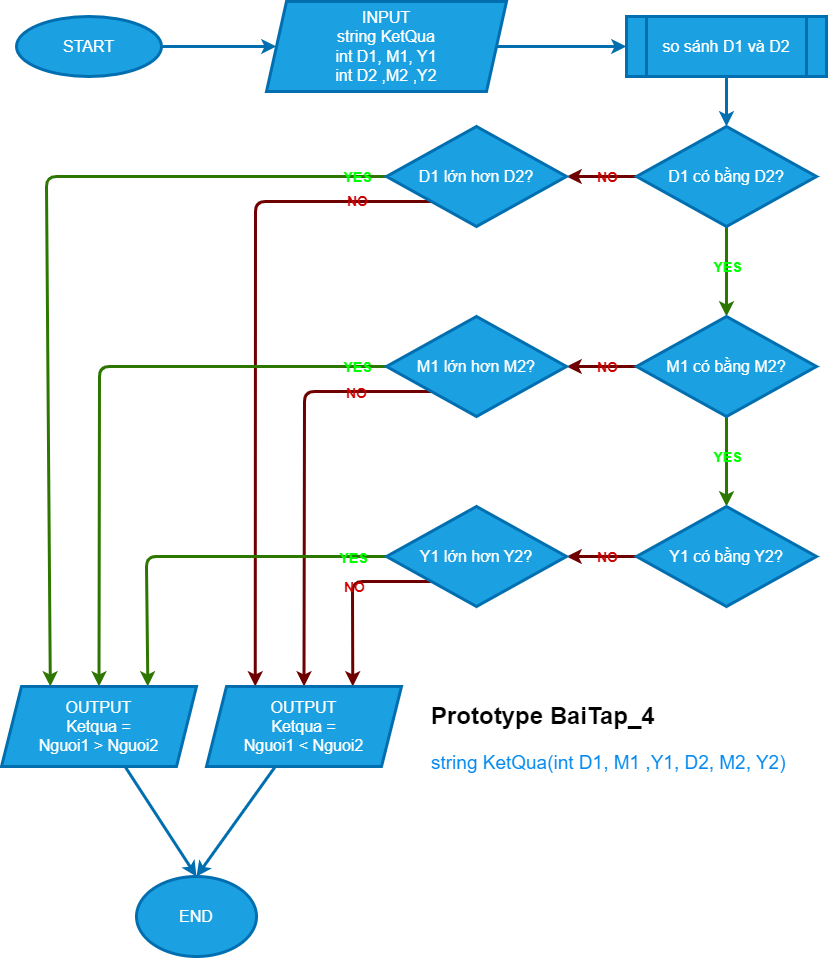
Above: Lab_1/Bai_4/FlowBai_4_1.drawio.png in MinkWungNe/NLNNLT (draw.io), before the change. Source tidied: cells renumbered, new cells last; positions are measured from the earlier drawing's top-left corner, leaving out a move shared by most shapes.
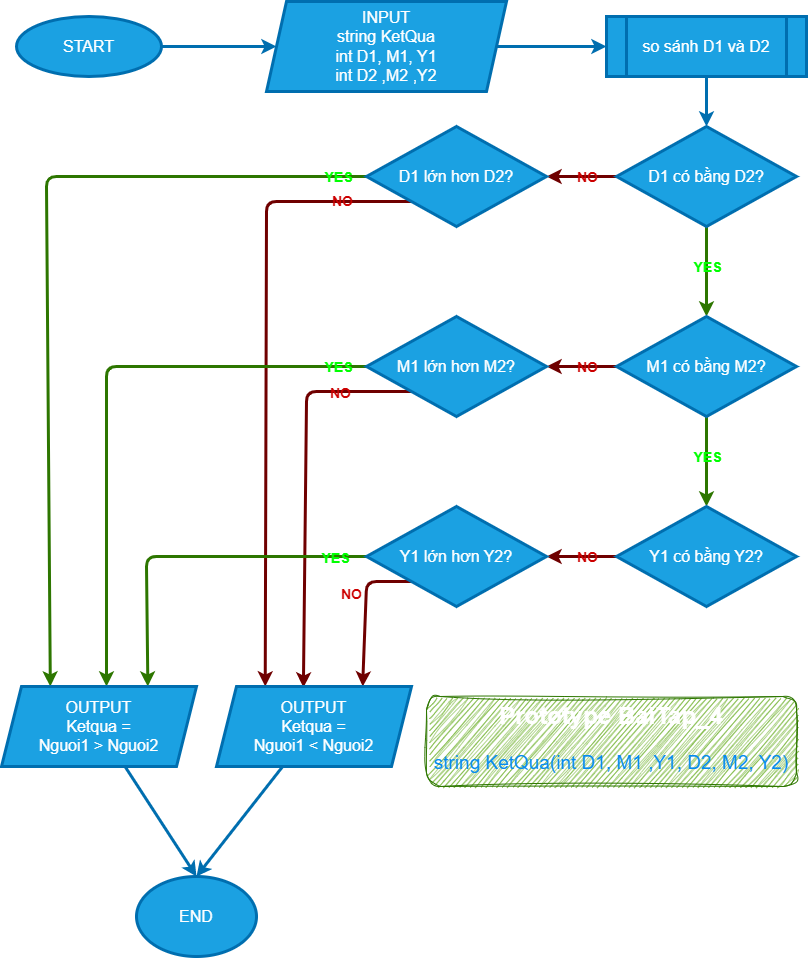
After the change.

The edit, as a diff of the source:
```diff
@@ -6,13 +6,13 @@
       <mxGeometry relative="1" as="geometry" />
     </mxCell>
     <mxCell id="3" value="START" style="ellipse;whiteSpace=wrap;html=1;fontSize=16;fillColor=#1ba1e2;fontColor=#ffffff;strokeColor=#006EAF;strokeWidth=3;" parent="1" vertex="1">
-      <mxGeometry x="15" y="15" width="145" height="60" as="geometry" />
+      <mxGeometry x="35" y="15" width="145" height="60" as="geometry" />
     </mxCell>
     <mxCell id="4" style="edgeStyle=none;html=1;entryX=0;entryY=0.5;entryDx=0;entryDy=0;fontSize=16;fillColor=#1ba1e2;strokeColor=#006EAF;strokeWidth=3;" parent="1" edge="1" source="5" target="12">
       <mxGeometry relative="1" as="geometry" />
     </mxCell>
     <mxCell id="5" value="INPUT&lt;br&gt;string KetQua&lt;br&gt;int D1, M1, Y1&lt;br&gt;int D2 ,M2 ,Y2" style="shape=parallelogram;perimeter=parallelogramPerimeter;whiteSpace=wrap;html=1;fixedSize=1;fontSize=16;labelPosition=center;verticalLabelPosition=middle;align=center;verticalAlign=middle;fillColor=#1ba1e2;fontColor=#ffffff;strokeColor=#006EAF;strokeWidth=3;" parent="1" vertex="1">
-      <mxGeometry x="265" width="240" height="90" as="geometry" />
+      <mxGeometry x="285" width="240" height="90" as="geometry" />
     </mxCell>
     <mxCell id="6" style="edgeStyle=none;html=1;fontSize=16;fillColor=#a20025;strokeColor=#6F0000;strokeWidth=3;" parent="1" edge="1" source="10" target="17">
       <mxGeometry relative="1" as="geometry" />
@@ -42,7 +42,7 @@
     <mxCell id="13" style="edgeStyle=none;html=1;entryX=0.25;entryY=0;entryDx=0;entryDy=0;fontSize=16;fillColor=#60a917;strokeColor=#2D7600;strokeWidth=3;" parent="1" edge="1" source="17" target="37">
       <mxGeometry relative="1" as="geometry">
         <Array as="points">
-          <mxPoint x="45" y="175" />
+          <mxPoint x="65" y="175" />
         </Array>
       </mxGeometry>
     </mxCell>
@@ -54,7 +54,7 @@
     <mxCell id="15" style="edgeStyle=none;html=1;entryX=0.25;entryY=0;entryDx=0;entryDy=0;fontSize=16;exitX=0;exitY=1;exitDx=0;exitDy=0;fillColor=#a20025;strokeColor=#6F0000;strokeWidth=3;" parent="1" edge="1" source="17" target="39">
       <mxGeometry relative="1" as="geometry">
         <Array as="points">
-          <mxPoint x="254" y="200" />
+          <mxPoint x="285" y="200" />
         </Array>
       </mxGeometry>
     </mxCell>
@@ -96,10 +96,11 @@
     <mxCell id="25" value="Y1 có bằng Y2?" style="rhombus;whiteSpace=wrap;html=1;fontSize=16;fillColor=#1ba1e2;fontColor=#ffffff;strokeColor=#006EAF;strokeWidth=3;" parent="1" vertex="1">
       <mxGeometry x="635" y="505" width="180" height="100" as="geometry" />
     </mxCell>
-    <mxCell id="26" style="edgeStyle=none;html=1;entryX=0.5;entryY=0;entryDx=0;entryDy=0;fontSize=16;fillColor=#60a917;strokeColor=#2D7600;strokeWidth=3;" parent="1" edge="1" source="30" target="37">
+    <mxCell id="26" style="edgeStyle=none;html=1;fontSize=16;fillColor=#60a917;strokeColor=#2D7600;strokeWidth=3;" parent="1" edge="1" source="30">
       <mxGeometry relative="1" as="geometry">
+        <mxPoint x="125" y="685" as="targetPoint" />
         <Array as="points">
-          <mxPoint x="98" y="365" />
+          <mxPoint x="125" y="365" />
         </Array>
       </mxGeometry>
     </mxCell>
@@ -108,10 +109,10 @@
         <mxPoint x="-2" y="-4" as="offset" />
       </mxGeometry>
     </mxCell>
-    <mxCell id="28" style="edgeStyle=none;html=1;entryX=0.5;entryY=0;entryDx=0;entryDy=0;fontSize=16;exitX=0;exitY=1;exitDx=0;exitDy=0;fillColor=#a20025;strokeColor=#6F0000;strokeWidth=3;" parent="1" edge="1" source="30" target="39">
+    <mxCell id="28" style="edgeStyle=none;html=1;entryX=0.446;entryY=0.013;entryDx=0;entryDy=0;fontSize=16;exitX=0;exitY=1;exitDx=0;exitDy=0;fillColor=#a20025;strokeColor=#6F0000;strokeWidth=3;entryPerimeter=0;" parent="1" edge="1" source="30" target="39">
       <mxGeometry relative="1" as="geometry">
         <Array as="points">
-          <mxPoint x="303" y="390" />
+          <mxPoint x="325" y="390" />
         </Array>
       </mxGeometry>
     </mxCell>
@@ -124,7 +125,7 @@
     <mxCell id="31" style="edgeStyle=none;html=1;entryX=0.75;entryY=0;entryDx=0;entryDy=0;fontSize=16;fillColor=#60a917;strokeColor=#2D7600;strokeWidth=3;" parent="1" edge="1" source="35" target="37">
       <mxGeometry relative="1" as="geometry">
         <Array as="points">
-          <mxPoint x="145" y="555" />
+          <mxPoint x="165" y="555" />
         </Array>
       </mxGeometry>
     </mxCell>
@@ -134,7 +135,7 @@
     <mxCell id="33" style="edgeStyle=none;html=1;entryX=0.75;entryY=0;entryDx=0;entryDy=0;fontSize=16;exitX=0;exitY=1;exitDx=0;exitDy=0;fillColor=#a20025;strokeColor=#6F0000;strokeWidth=3;" parent="1" edge="1" source="35" target="39">
       <mxGeometry relative="1" as="geometry">
         <Array as="points">
-          <mxPoint x="351" y="580" />
+          <mxPoint x="385" y="580" />
         </Array>
       </mxGeometry>
     </mxCell>
@@ -150,19 +151,19 @@
       <mxGeometry relative="1" as="geometry" />
     </mxCell>
     <mxCell id="37" value="OUTPUT&lt;br&gt;Ketqua =&lt;br&gt;Nguoi1 &amp;gt; Nguoi2" style="shape=parallelogram;perimeter=parallelogramPerimeter;whiteSpace=wrap;html=1;fixedSize=1;fontSize=16;fillColor=#1ba1e2;fontColor=#ffffff;strokeColor=#006EAF;strokeWidth=3;" parent="1" vertex="1">
-      <mxGeometry y="685" width="195" height="80" as="geometry" />
+      <mxGeometry x="20" y="685" width="195" height="80" as="geometry" />
     </mxCell>
     <mxCell id="38" style="edgeStyle=none;html=1;entryX=0.5;entryY=0;entryDx=0;entryDy=0;fontSize=16;fillColor=#1ba1e2;strokeColor=#006EAF;strokeWidth=3;" parent="1" edge="1" source="39" target="40">
       <mxGeometry relative="1" as="geometry" />
     </mxCell>
     <mxCell id="39" value="OUTPUT&lt;br&gt;Ketqua =&lt;br&gt;Nguoi1 &amp;lt; Nguoi2" style="shape=parallelogram;perimeter=parallelogramPerimeter;whiteSpace=wrap;html=1;fixedSize=1;fontSize=16;fillColor=#1ba1e2;fontColor=#ffffff;strokeColor=#006EAF;strokeWidth=3;" parent="1" vertex="1">
-      <mxGeometry x="205" y="685" width="195" height="80" as="geometry" />
+      <mxGeometry x="235" y="685" width="195" height="80" as="geometry" />
     </mxCell>
     <mxCell id="40" value="END" style="ellipse;whiteSpace=wrap;html=1;fontSize=16;fillColor=#1ba1e2;fontColor=#ffffff;strokeColor=#006EAF;strokeWidth=3;" parent="1" vertex="1">
-      <mxGeometry x="135" y="875" width="120" height="80" as="geometry" />
+      <mxGeometry x="155" y="875" width="120" height="80" as="geometry" />
     </mxCell>
-    <mxCell id="41" value="&lt;h1&gt;&lt;span style=&quot;background-color: initial;&quot;&gt;Prototype BaiTap_4&lt;/span&gt;&lt;/h1&gt;&lt;h1&gt;&lt;span style=&quot;font-weight: 400;&quot;&gt;&lt;font color=&quot;#058af0&quot; style=&quot;font-size: 19px;&quot;&gt;string KetQua(int D1, M1 ,Y1, D2, M2, Y2)&lt;/font&gt;&lt;/span&gt;&lt;/h1&gt;" style="text;html=1;strokeColor=none;fillColor=none;spacing=5;spacingTop=-20;whiteSpace=wrap;overflow=hidden;rounded=0;" parent="1" vertex="1">
-      <mxGeometry x="425" y="695" width="370" height="90" as="geometry" />
+    <mxCell id="41" value="&lt;h1&gt;&lt;span style=&quot;background-color: initial;&quot;&gt;Prototype BaiTap_4&lt;/span&gt;&lt;/h1&gt;&lt;h1&gt;&lt;span style=&quot;font-weight: 400;&quot;&gt;&lt;font color=&quot;#058af0&quot; style=&quot;font-size: 19px;&quot;&gt;string KetQua(int D1, M1 ,Y1, D2, M2, Y2)&lt;/font&gt;&lt;/span&gt;&lt;/h1&gt;" style="text;html=1;strokeColor=#2D7600;fillColor=#60a917;spacing=5;spacingTop=-20;whiteSpace=wrap;overflow=hidden;rounded=1;sketch=1;curveFitting=1;jiggle=2;fontColor=#ffffff;align=center;" parent="1" vertex="1">
+      <mxGeometry x="445" y="695" width="370" height="90" as="geometry" />
     </mxCell>
   </root>
 </mxGraphModel>
```
